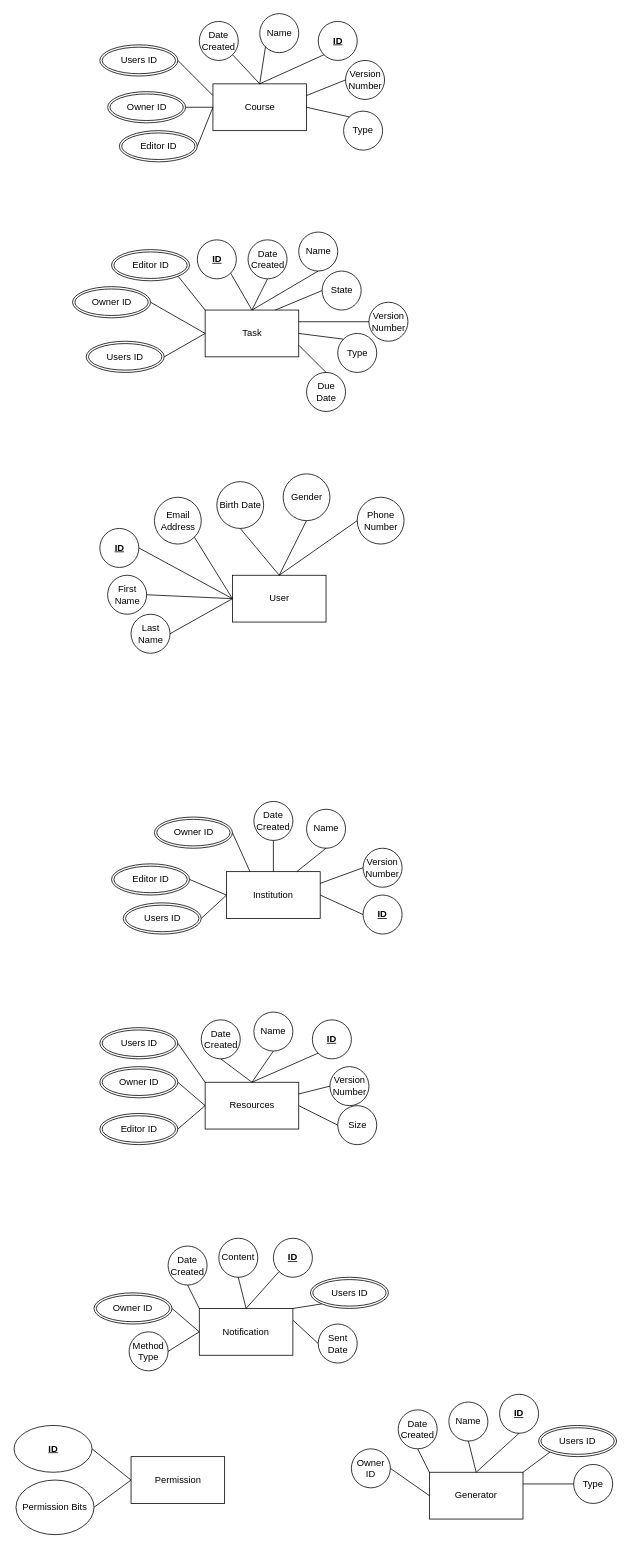
Apollo-LW/Apollo-LW keeps this draw.io diagram as diagrams/db/DatabaseER.drawio. Above is the earlier version. Source tidied: cells renumbered, new cells numbered last; positions are measured from the earlier drawing's top-left corner, leaving out a move shared by most shapes. Both pictures are drawn from the tidied source at 78%, with x=0, y=0 at pixel (14, 13).
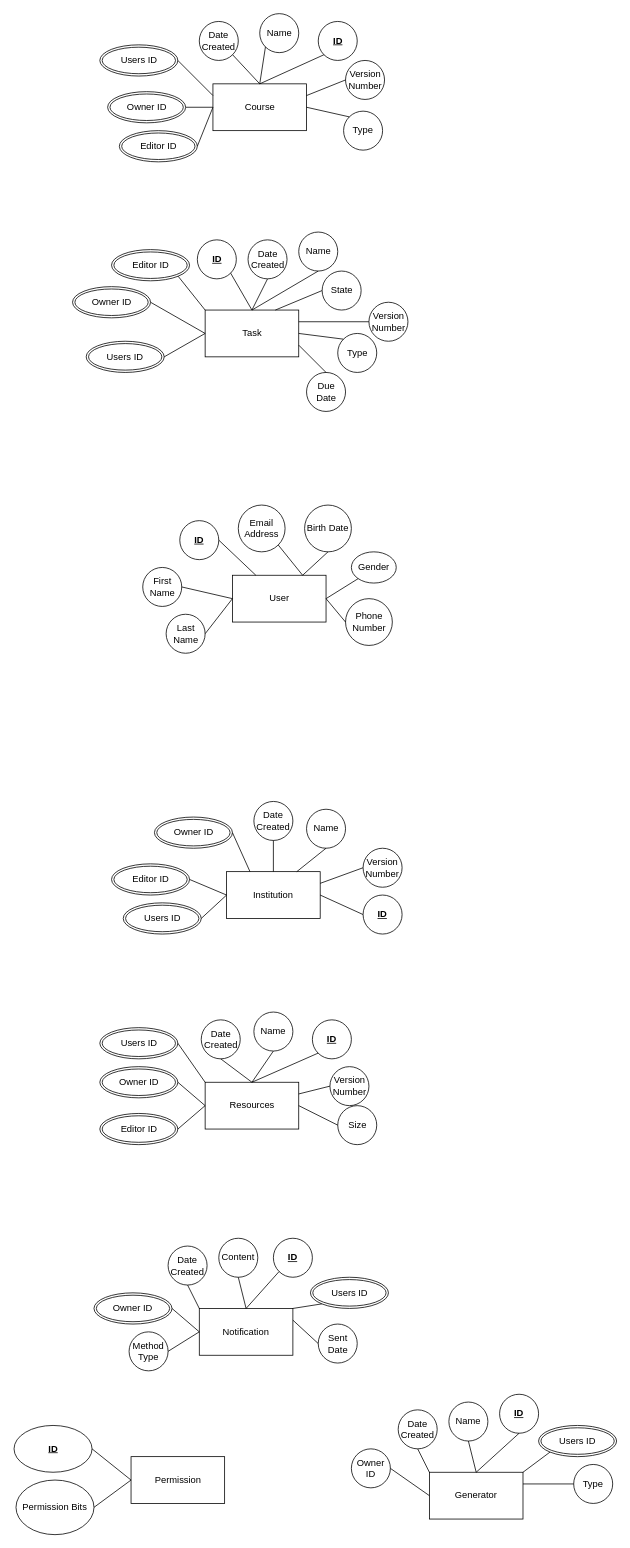
The same page after the edit.

Commit message:
Organize attributes into its place

Unchanged cells that the change refers to:
```xml
<mxCell id="2" value="User" style="rounded=0;whiteSpace=wrap;html=1;" parent="1" vertex="1">
  <mxGeometry x="279.5" y="720" width="120" height="60" as="geometry" />
</mxCell>
```

What changed in the source:
```diff
@@
     <mxCell id="5" value="&lt;b&gt;&lt;u&gt;ID&lt;/u&gt;&lt;/b&gt;" style="ellipse;whiteSpace=wrap;html=1;" parent="1" vertex="1">
-      <mxGeometry x="109.5" y="660" width="50" height="50" as="geometry" />
+      <mxGeometry x="212" y="650" width="50" height="50" as="geometry" />
     </mxCell>
     <mxCell id="6" value="First Name" style="ellipse;whiteSpace=wrap;html=1;" parent="1" vertex="1">
-      <mxGeometry x="119.5" y="720" width="50" height="50" as="geometry" />
+      <mxGeometry x="164.5" y="710" width="50" height="50" as="geometry" />
     </mxCell>
     <mxCell id="7" value="Last Name" style="ellipse;whiteSpace=wrap;html=1;" parent="1" vertex="1">
-      <mxGeometry x="149.5" y="770" width="50" height="50" as="geometry" />
+      <mxGeometry x="194.5" y="770" width="50" height="50" as="geometry" />
     </mxCell>
     <mxCell id="8" value="Email Address" style="ellipse;whiteSpace=wrap;html=1;" parent="1" vertex="1">
-      <mxGeometry x="179.5" y="620" width="60" height="60" as="geometry" />
+      <mxGeometry x="287" y="630" width="60" height="60" as="geometry" />
     </mxCell>
     <mxCell id="9" value="Phone Number" style="ellipse;whiteSpace=wrap;html=1;" parent="1" vertex="1">
-      <mxGeometry x="439.5" y="620" width="60" height="60" as="geometry" />
+      <mxGeometry x="424.5" y="750" width="60" height="60" as="geometry" />
     </mxCell>
     <mxCell id="10" value="Birth Date" style="ellipse;whiteSpace=wrap;html=1;" parent="1" vertex="1">
-      <mxGeometry x="259.5" y="600" width="60" height="60" as="geometry" />
+      <mxGeometry x="372" y="630" width="60" height="60" as="geometry" />
     </mxCell>
     <mxCell id="11" value="Gender" style="ellipse;whiteSpace=wrap;html=1;" parent="1" vertex="1">
-      <mxGeometry x="344.5" y="590" width="60" height="60" as="geometry" />
+      <mxGeometry x="432" y="690" width="57.5" height="40" as="geometry" />
     </mxCell>
-    <mxCell id="12" style="endArrow=none;html=1;rounded=0;entryX=0;entryY=0.5;entryDx=0;entryDy=0;exitX=1;exitY=1;exitDx=0;exitDy=0;" parent="1" edge="1" source="8" target="2">
+    <mxCell id="12" style="endArrow=none;html=1;rounded=0;entryX=0.75;entryY=0;entryDx=0;entryDy=0;exitX=1;exitY=1;exitDx=0;exitDy=0;" parent="1" edge="1" source="8" target="2">
       <mxGeometry relative="1" as="geometry" />
     </mxCell>
-    <mxCell id="13" style="endArrow=none;html=1;rounded=0;entryX=0;entryY=0.5;entryDx=0;entryDy=0;exitX=1;exitY=0.5;exitDx=0;exitDy=0;" parent="1" edge="1" source="5" target="2">
+    <mxCell id="13" style="endArrow=none;html=1;rounded=0;entryX=0.25;entryY=0;entryDx=0;entryDy=0;exitX=1;exitY=0.5;exitDx=0;exitDy=0;" parent="1" edge="1" source="5" target="2">
       <mxGeometry relative="1" as="geometry" />
     </mxCell>
@@
-    <mxCell id="16" style="endArrow=none;html=1;rounded=0;entryX=0.5;entryY=0;entryDx=0;entryDy=0;exitX=0.5;exitY=1;exitDx=0;exitDy=0;" parent="1" edge="1" source="10" target="2">
+    <mxCell id="16" style="endArrow=none;html=1;rounded=0;entryX=0.75;entryY=0;entryDx=0;entryDy=0;exitX=0.5;exitY=1;exitDx=0;exitDy=0;" parent="1" edge="1" source="10" target="2">
       <mxGeometry relative="1" as="geometry" />
     </mxCell>
-    <mxCell id="17" style="endArrow=none;html=1;rounded=0;entryX=0.5;entryY=0;entryDx=0;entryDy=0;exitX=0.5;exitY=1;exitDx=0;exitDy=0;" parent="1" edge="1" source="11" target="2">
+    <mxCell id="17" style="endArrow=none;html=1;rounded=0;entryX=1;entryY=0.5;entryDx=0;entryDy=0;exitX=0;exitY=1;exitDx=0;exitDy=0;" parent="1" edge="1" source="11" target="2">
       <mxGeometry relative="1" as="geometry" />
     </mxCell>
-    <mxCell id="18" style="endArrow=none;html=1;rounded=0;entryX=0.5;entryY=0;entryDx=0;entryDy=0;exitX=0;exitY=0.5;exitDx=0;exitDy=0;" parent="1" edge="1" source="9" target="2">
+    <mxCell id="18" style="endArrow=none;html=1;rounded=0;entryX=1;entryY=0.5;entryDx=0;entryDy=0;exitX=0;exitY=0.5;exitDx=0;exitDy=0;" parent="1" edge="1" source="9" target="2">
       <mxGeometry relative="1" as="geometry" />
     </mxCell>
```
